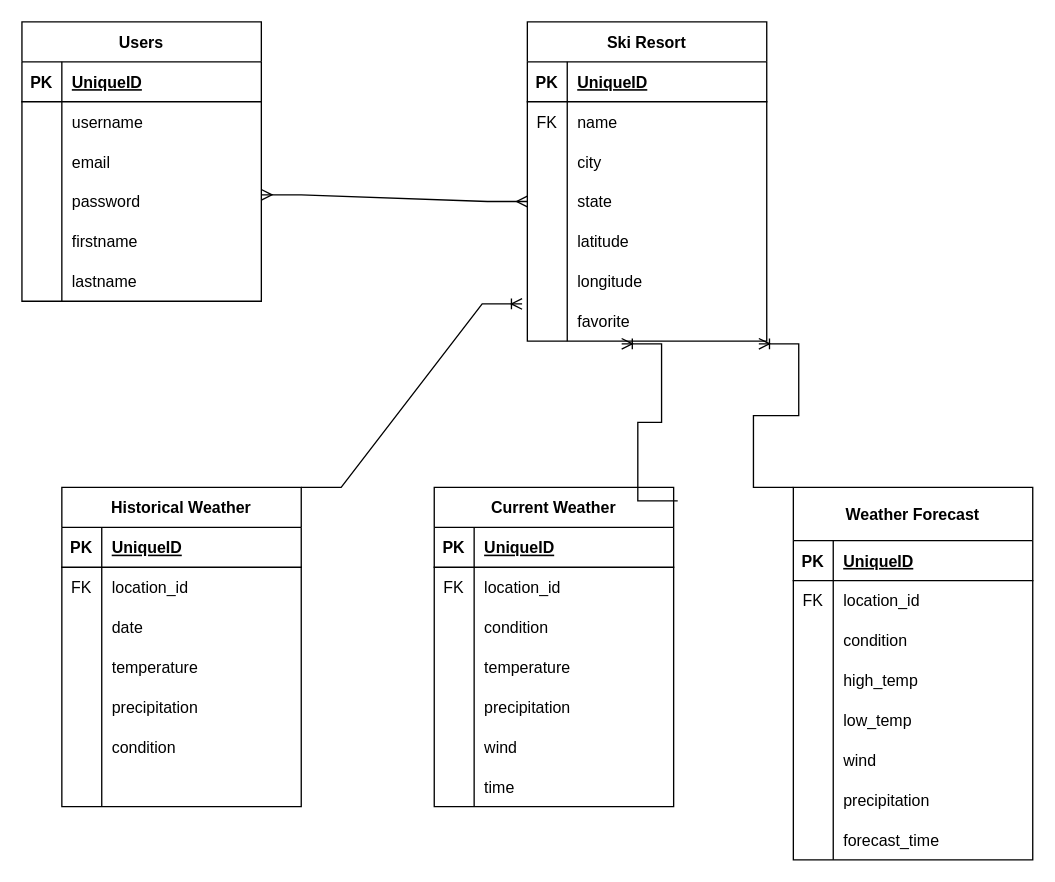
This is backend/YouTubeBackendERD.drawio from bdavis83/powder-chaser-project, a draw.io file, before an edit. Source tidied: cells renumbered, new cells numbered last; positions are measured from the earlier drawing's top-left corner, leaving out a move shared by most shapes. Both pictures are drawn from the tidied source at 133%, with x=0, y=0 at pixel (21, 21).
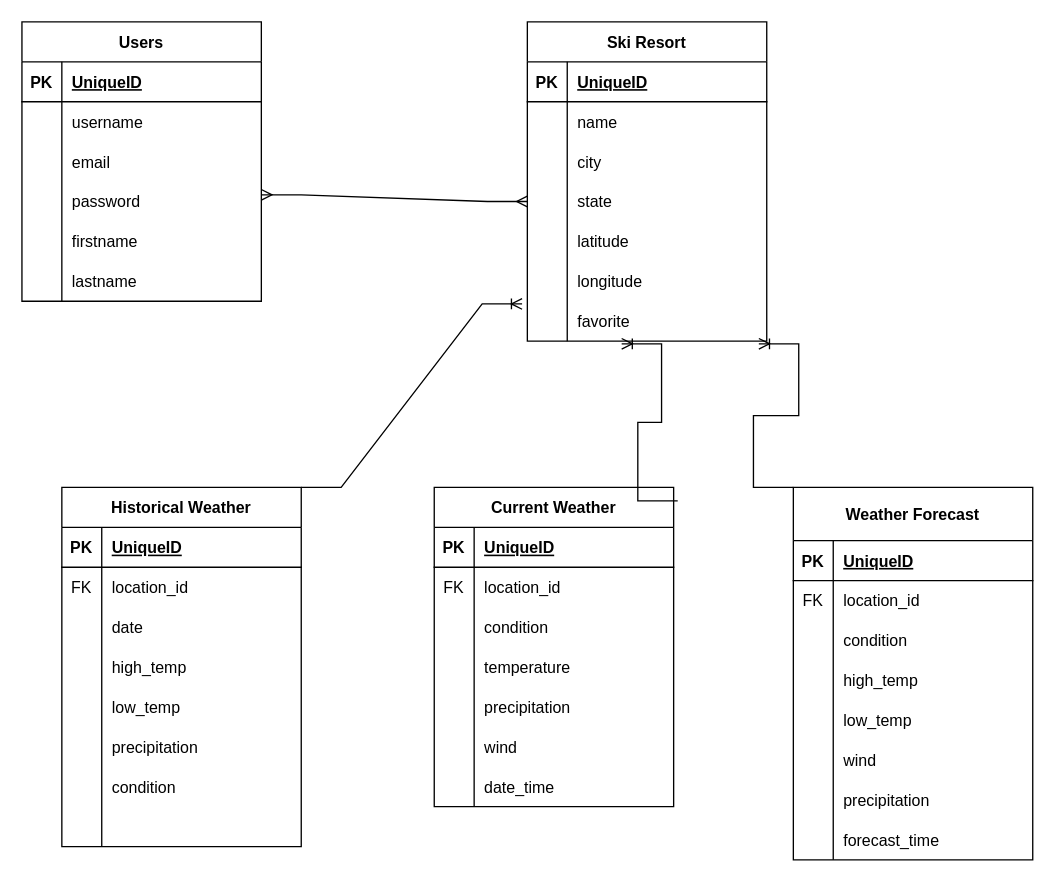
After the change.

The change refers to these unchanged cells:
```xml
<mxCell id="6" style="shape=tableRow;horizontal=0;startSize=0;swimlaneHead=0;swimlaneBody=0;fillColor=none;top=0;left=0;right=0;bottom=0;" parent="2" vertex="1">
  <mxGeometry y="60" width="180" height="30" as="geometry" />
</mxCell>
<mxCell id="87" style="shape=tableRow;horizontal=0;startSize=0;swimlaneHead=0;swimlaneBody=0;fillColor=none;top=0;left=0;right=0;bottom=0;" parent="68" vertex="1">
  <mxGeometry y="210" width="180" height="30" as="geometry" />
</mxCell>
<mxCell id="100" style="shape=tableRow;horizontal=0;startSize=0;swimlaneHead=0;swimlaneBody=0;fillColor=none;top=0;left=0;right=0;bottom=0;" parent="90" vertex="1">
  <mxGeometry y="120" width="180" height="30" as="geometry" />
</mxCell>
```

Change to the diagram source:
```diff
@@
-    <mxCell id="7" value="FK" style="shape=partialRectangle;fillColor=none;top=0;left=0;bottom=0;right=0;overflow=hidden;" parent="6" vertex="1">
+    <mxCell id="7" style="shape=partialRectangle;fillColor=none;top=0;left=0;bottom=0;right=0;overflow=hidden;" parent="6" vertex="1">
       <mxGeometry width="30" height="30" as="geometry" />
     </mxCell>
@@
-    <mxCell id="89" value="time" style="shape=partialRectangle;fillColor=none;top=0;left=0;bottom=0;right=0;align=left;spacingLeft=6;overflow=hidden;" parent="87" vertex="1">
+    <mxCell id="89" value="date_time" style="shape=partialRectangle;fillColor=none;top=0;left=0;bottom=0;right=0;align=left;spacingLeft=6;overflow=hidden;" parent="87" vertex="1">
       <mxGeometry x="30" width="150" height="30" as="geometry" />
     </mxCell>
     <mxCell id="90" value="Historical Weather" style="shape=table;startSize=30;childLayout=tableLayout;rowLines=0;fontStyle=1;align=center;" parent="1" vertex="1">
-      <mxGeometry x="30" y="350" width="180" height="240" as="geometry" />
+      <mxGeometry x="30" y="350" width="180" height="270" as="geometry" />
     </mxCell>
@@
-    <mxCell id="102" value="temperature" style="shape=partialRectangle;fillColor=none;top=0;left=0;bottom=0;right=0;align=left;spacingLeft=6;overflow=hidden;" parent="100" vertex="1">
+    <mxCell id="102" value="high_temp" style="shape=partialRectangle;fillColor=none;top=0;left=0;bottom=0;right=0;align=left;spacingLeft=6;overflow=hidden;" parent="100" vertex="1">
       <mxGeometry x="30" width="150" height="30" as="geometry" />
     </mxCell>
+    <mxCell id="116" style="shape=tableRow;horizontal=0;startSize=0;swimlaneHead=0;swimlaneBody=0;fillColor=none;top=0;left=0;right=0;bottom=0;" parent="90" vertex="1">
+      <mxGeometry y="150" width="180" height="30" as="geometry" />
+    </mxCell>
+    <mxCell id="117" style="shape=partialRectangle;fillColor=none;top=0;left=0;bottom=0;right=0;overflow=hidden;" parent="116" vertex="1">
+      <mxGeometry width="30" height="30" as="geometry" />
+    </mxCell>
+    <mxCell id="118" value="low_temp" style="shape=partialRectangle;fillColor=none;top=0;left=0;bottom=0;right=0;align=left;spacingLeft=6;overflow=hidden;" parent="116" vertex="1">
+      <mxGeometry x="30" width="150" height="30" as="geometry" />
+    </mxCell>
     <mxCell id="103" style="shape=tableRow;horizontal=0;startSize=0;swimlaneHead=0;swimlaneBody=0;fillColor=none;top=0;left=0;right=0;bottom=0;" parent="90" vertex="1">
-      <mxGeometry y="150" width="180" height="30" as="geometry" />
+      <mxGeometry y="180" width="180" height="30" as="geometry" />
     </mxCell>
@@
     <mxCell id="106" style="shape=tableRow;horizontal=0;startSize=0;swimlaneHead=0;swimlaneBody=0;fillColor=none;top=0;left=0;right=0;bottom=0;" parent="90" vertex="1">
-      <mxGeometry y="180" width="180" height="30" as="geometry" />
+      <mxGeometry y="210" width="180" height="30" as="geometry" />
     </mxCell>
@@
     <mxCell id="109" style="shape=tableRow;horizontal=0;startSize=0;swimlaneHead=0;swimlaneBody=0;fillColor=none;top=0;left=0;right=0;bottom=0;" parent="90" vertex="1">
-      <mxGeometry y="210" width="180" height="30" as="geometry" />
+      <mxGeometry y="240" width="180" height="30" as="geometry" />
     </mxCell>
```
